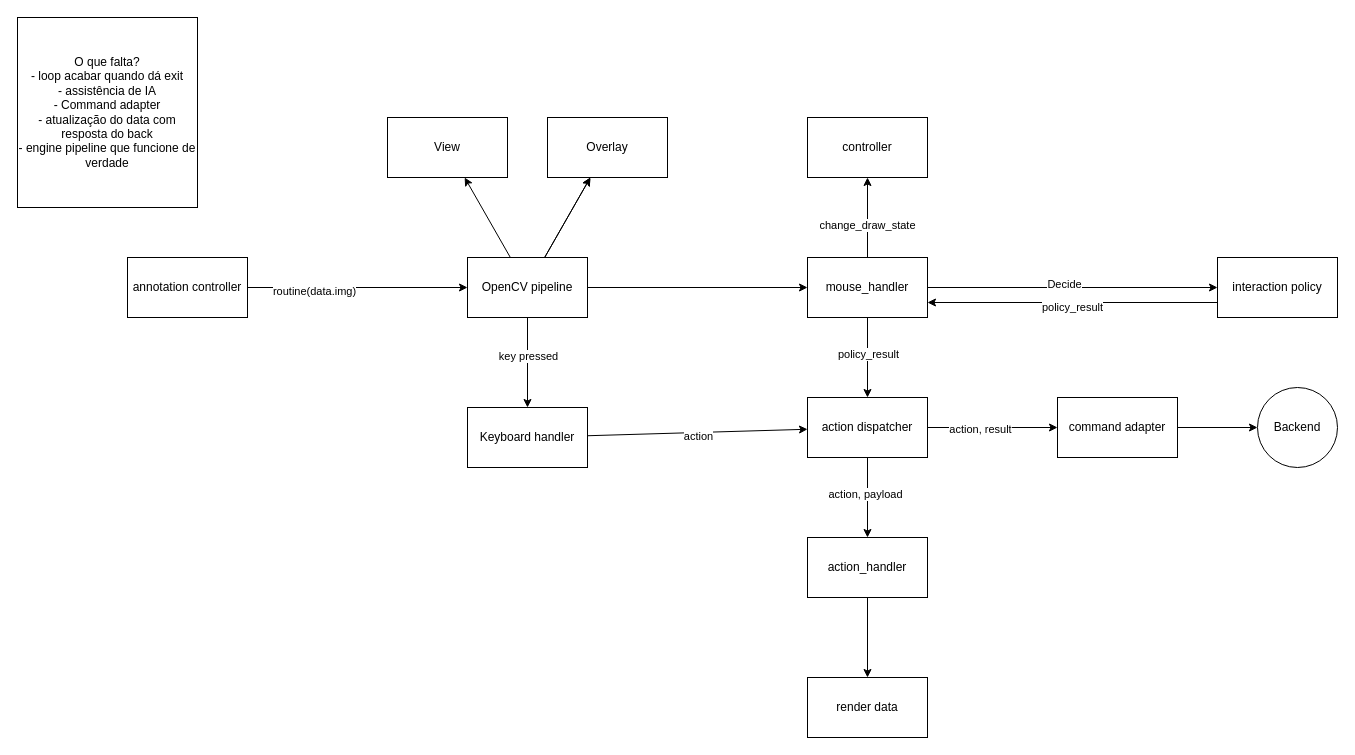
Before: annotation_transition/renderer/diagram.drawio in alecremer/Darkroom-CV, a draw.io diagram. Source tidied: cells renumbered, new cells numbered last; positions are measured from the earlier drawing's top-left corner, leaving out a move shared by most shapes. Both pictures are drawn from the tidied source at 100%, with x=0, y=0 at pixel (17, 17).
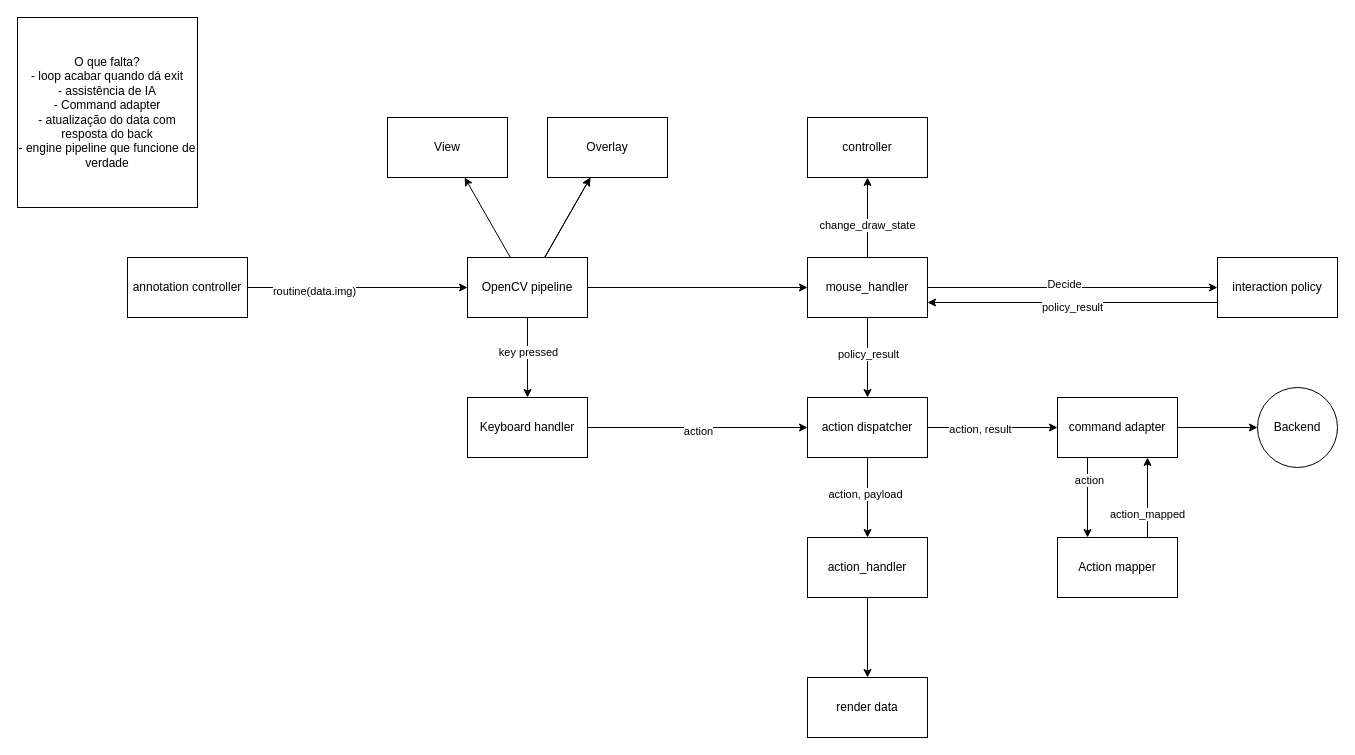
After the change.

The change refers to these unchanged cells:
```xml
<mxCell id="22" value="command adapter" style="whiteSpace=wrap;html=1;" parent="1" vertex="1">
  <mxGeometry x="1040" y="380" width="120" height="60" as="geometry" />
</mxCell>
```

The edit, as a diff of the source:
```diff
@@
+    <mxCell id="40" style="edgeStyle=none;html=1;exitX=0.25;exitY=1;exitDx=0;exitDy=0;entryX=0.25;entryY=0;entryDx=0;entryDy=0;" parent="1" edge="1" source="22" target="44">
+      <mxGeometry relative="1" as="geometry" />
+    </mxCell>
+    <mxCell id="41" value="action" style="edgeLabel;html=1;align=center;verticalAlign=middle;" parent="40" vertex="1">
+      <mxGeometry x="-0.45" y="1" relative="1" as="geometry" />
+    </mxCell>
@@
     <mxCell id="33" value="Keyboard handler" style="whiteSpace=wrap;html=1;" parent="1" vertex="1">
-      <mxGeometry x="450" y="390" width="120" height="60" as="geometry" />
+      <mxGeometry x="450" y="380" width="120" height="60" as="geometry" />
     </mxCell>
@@
+    <mxCell id="42" style="edgeStyle=none;html=1;entryX=0.75;entryY=1;entryDx=0;entryDy=0;exitX=0.75;exitY=0;exitDx=0;exitDy=0;" parent="1" edge="1" source="44" target="22">
+      <mxGeometry relative="1" as="geometry" />
+    </mxCell>
+    <mxCell id="43" value="action_mapped" style="edgeLabel;html=1;align=center;verticalAlign=middle;" parent="42" vertex="1">
+      <mxGeometry x="-0.4" y="1" relative="1" as="geometry" />
+    </mxCell>
+    <mxCell id="44" value="Action mapper" style="whiteSpace=wrap;html=1;" parent="1" vertex="1">
+      <mxGeometry x="1040" y="520" width="120" height="60" as="geometry" />
+    </mxCell>
```
